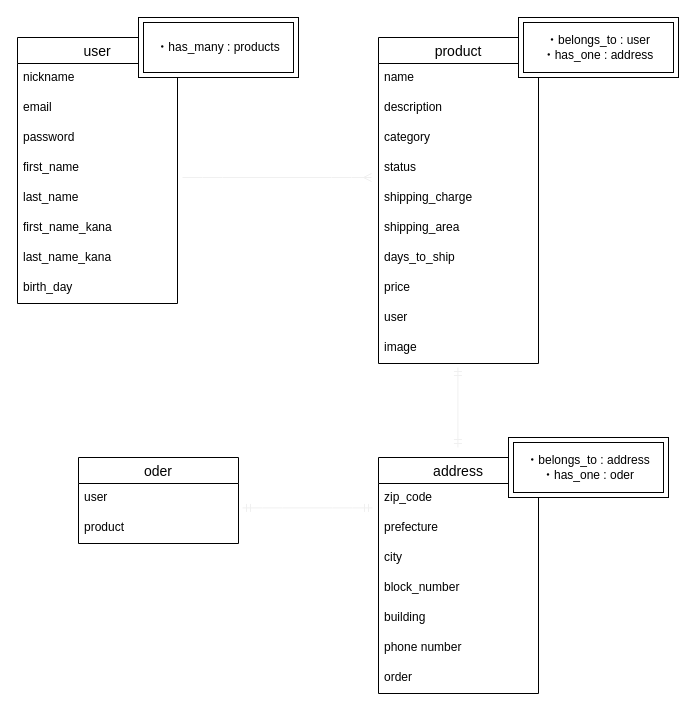
Above: config/er.dio in yutagotoinc/furima-31906 (draw.io), before the change. Source tidied: cells renumbered, new cells numbered last; positions are measured from the earlier drawing's top-left corner, leaving out a move shared by most shapes. Both pictures are drawn from the tidied source at 100%, with x=0, y=0 at pixel (17, 17).
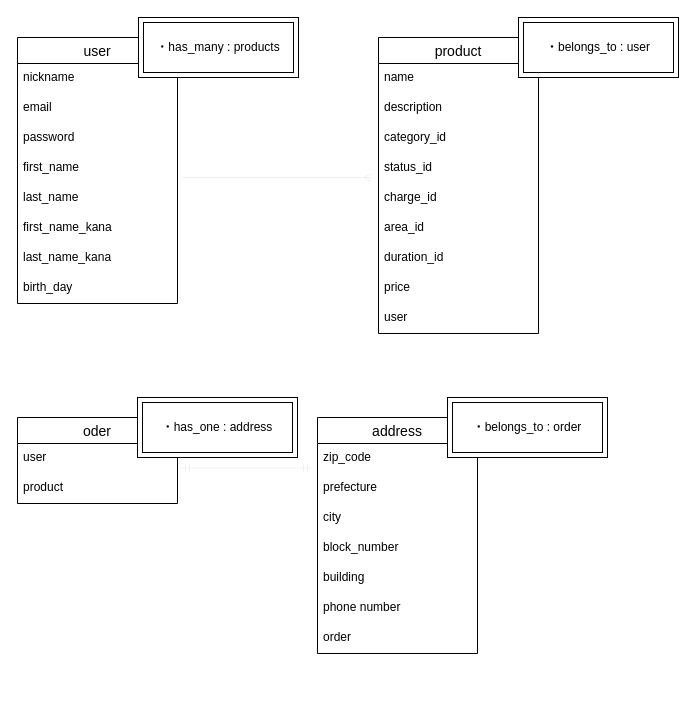
The same diagram, later.

Commit message (it also covers changes not shown here):
データベース修正

プッシュし忘れ

Change to the diagram source:
```diff
@@
     <mxCell id="11" value="product" style="swimlane;fontStyle=0;horizontal=1;startSize=26;align=center;fontSize=14;" parent="1" vertex="1">
-      <mxGeometry x="361" y="20" width="160" height="326" as="geometry" />
+      <mxGeometry x="361" y="20" width="160" height="296" as="geometry" />
     </mxCell>
@@
-    <mxCell id="14" value="category" style="text;strokeColor=none;fillColor=none;spacingLeft=4;spacingRight=4;overflow=hidden;fontSize=12;" parent="11" vertex="1">
+    <mxCell id="14" value="category_id" style="text;strokeColor=none;fillColor=none;spacingLeft=4;spacingRight=4;overflow=hidden;fontSize=12;" parent="11" vertex="1">
       <mxGeometry y="86" width="160" height="30" as="geometry" />
     </mxCell>
-    <mxCell id="15" value="status" style="text;strokeColor=none;fillColor=none;spacingLeft=4;spacingRight=4;overflow=hidden;fontSize=12;" parent="11" vertex="1">
+    <mxCell id="15" value="status_id" style="text;strokeColor=none;fillColor=none;spacingLeft=4;spacingRight=4;overflow=hidden;fontSize=12;" parent="11" vertex="1">
       <mxGeometry y="116" width="160" height="30" as="geometry" />
     </mxCell>
-    <mxCell id="16" value="shipping_charge" style="text;strokeColor=none;fillColor=none;spacingLeft=4;spacingRight=4;overflow=hidden;fontSize=12;" parent="11" vertex="1">
+    <mxCell id="16" value="charge_id" style="text;strokeColor=none;fillColor=none;spacingLeft=4;spacingRight=4;overflow=hidden;fontSize=12;" parent="11" vertex="1">
       <mxGeometry y="146" width="160" height="30" as="geometry" />
     </mxCell>
-    <mxCell id="17" value="shipping_area" style="text;strokeColor=none;fillColor=none;spacingLeft=4;spacingRight=4;overflow=hidden;fontSize=12;" parent="11" vertex="1">
+    <mxCell id="17" value="area_id" style="text;strokeColor=none;fillColor=none;spacingLeft=4;spacingRight=4;overflow=hidden;fontSize=12;" parent="11" vertex="1">
       <mxGeometry y="176" width="160" height="30" as="geometry" />
     </mxCell>
-    <mxCell id="18" value="days_to_ship" style="text;strokeColor=none;fillColor=none;spacingLeft=4;spacingRight=4;overflow=hidden;fontSize=12;" parent="11" vertex="1">
+    <mxCell id="18" value="duration_id" style="text;strokeColor=none;fillColor=none;spacingLeft=4;spacingRight=4;overflow=hidden;fontSize=12;" parent="11" vertex="1">
       <mxGeometry y="206" width="160" height="30" as="geometry" />
     </mxCell>
@@
-    <mxCell id="21" value="image" style="text;strokeColor=none;fillColor=none;spacingLeft=4;spacingRight=4;overflow=hidden;fontSize=12;" parent="11" vertex="1">
-      <mxGeometry y="296" width="160" height="30" as="geometry" />
-    </mxCell>
     <mxCell id="22" value="address" style="swimlane;fontStyle=0;horizontal=1;startSize=26;align=center;fontSize=14;" parent="1" vertex="1">
-      <mxGeometry x="361" y="440" width="160" height="236" as="geometry" />
+      <mxGeometry x="300" y="400" width="160" height="236" as="geometry" />
     </mxCell>
@@
     <mxCell id="31" value="oder" style="swimlane;fontStyle=0;horizontal=1;startSize=26;align=center;fontSize=14;" parent="1" vertex="1">
-      <mxGeometry x="61" y="440" width="160" height="86" as="geometry" />
+      <mxGeometry y="400" width="160" height="86" as="geometry" />
     </mxCell>
@@
-    <mxCell id="34" style="fontSize=12;html=1;endArrow=ERmandOne;startArrow=ERmandOne;shadow=0;strokeColor=#f0f0f0;" parent="1" edge="1">
-      <mxGeometry relative="1" as="geometry">
-        <mxPoint x="440.4" y="350" as="sourcePoint" />
-        <mxPoint x="440.4" y="430" as="targetPoint" />
-      </mxGeometry>
-    </mxCell>
@@
-    <mxCell id="36" value="・belongs_to : user&lt;br&gt;・has_one : address" style="shape=ext;margin=3;double=1;whiteSpace=wrap;html=1;align=center;" parent="1" vertex="1">
+    <mxCell id="36" value="・belongs_to : user" style="shape=ext;margin=3;double=1;whiteSpace=wrap;html=1;align=center;" parent="1" vertex="1">
       <mxGeometry x="501" width="160" height="60" as="geometry" />
     </mxCell>
     <mxCell id="37" style="edgeStyle=entityRelationEdgeStyle;fontSize=12;html=1;endArrow=ERmandOne;startArrow=ERmandOne;shadow=0;strokeColor=#f0f0f0;" parent="1" edge="1">
       <mxGeometry relative="1" as="geometry">
-        <mxPoint x="225" y="490.4" as="sourcePoint" />
-        <mxPoint x="355" y="490.4" as="targetPoint" />
+        <mxPoint x="164" y="450.4" as="sourcePoint" />
+        <mxPoint x="294" y="450.4" as="targetPoint" />
       </mxGeometry>
     </mxCell>
-    <mxCell id="38" value="・belongs_to : address&lt;br&gt;・has_one : oder" style="shape=ext;margin=3;double=1;whiteSpace=wrap;html=1;align=center;" parent="1" vertex="1">
-      <mxGeometry x="491" y="420" width="160" height="60" as="geometry" />
+    <mxCell id="38" value="・belongs_to : order" style="shape=ext;margin=3;double=1;whiteSpace=wrap;html=1;align=center;" parent="1" vertex="1">
+      <mxGeometry x="430" y="380" width="160" height="60" as="geometry" />
     </mxCell>
+    <mxCell id="39" value="・has_one : address" style="shape=ext;margin=3;double=1;whiteSpace=wrap;html=1;align=center;" parent="1" vertex="1">
+      <mxGeometry x="120" y="380" width="160" height="60" as="geometry" />
+    </mxCell>
```
